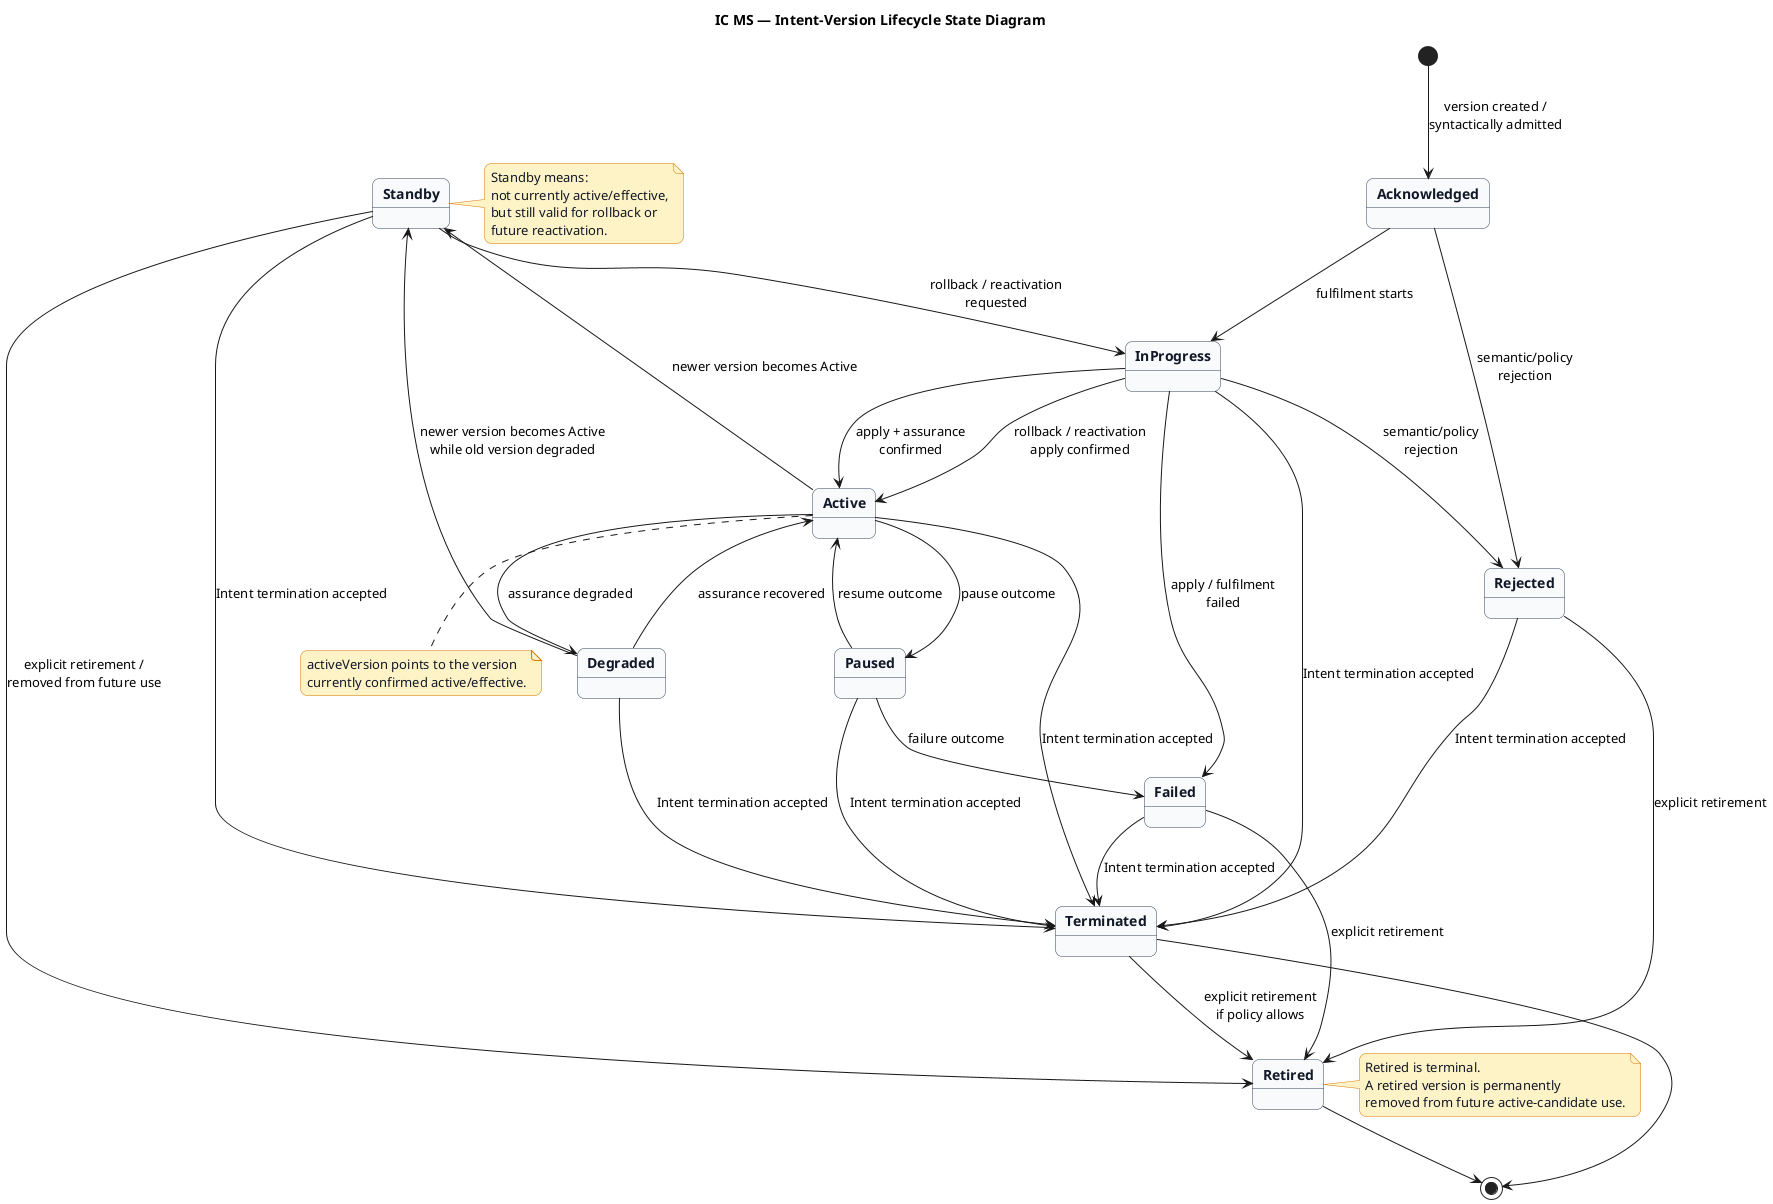
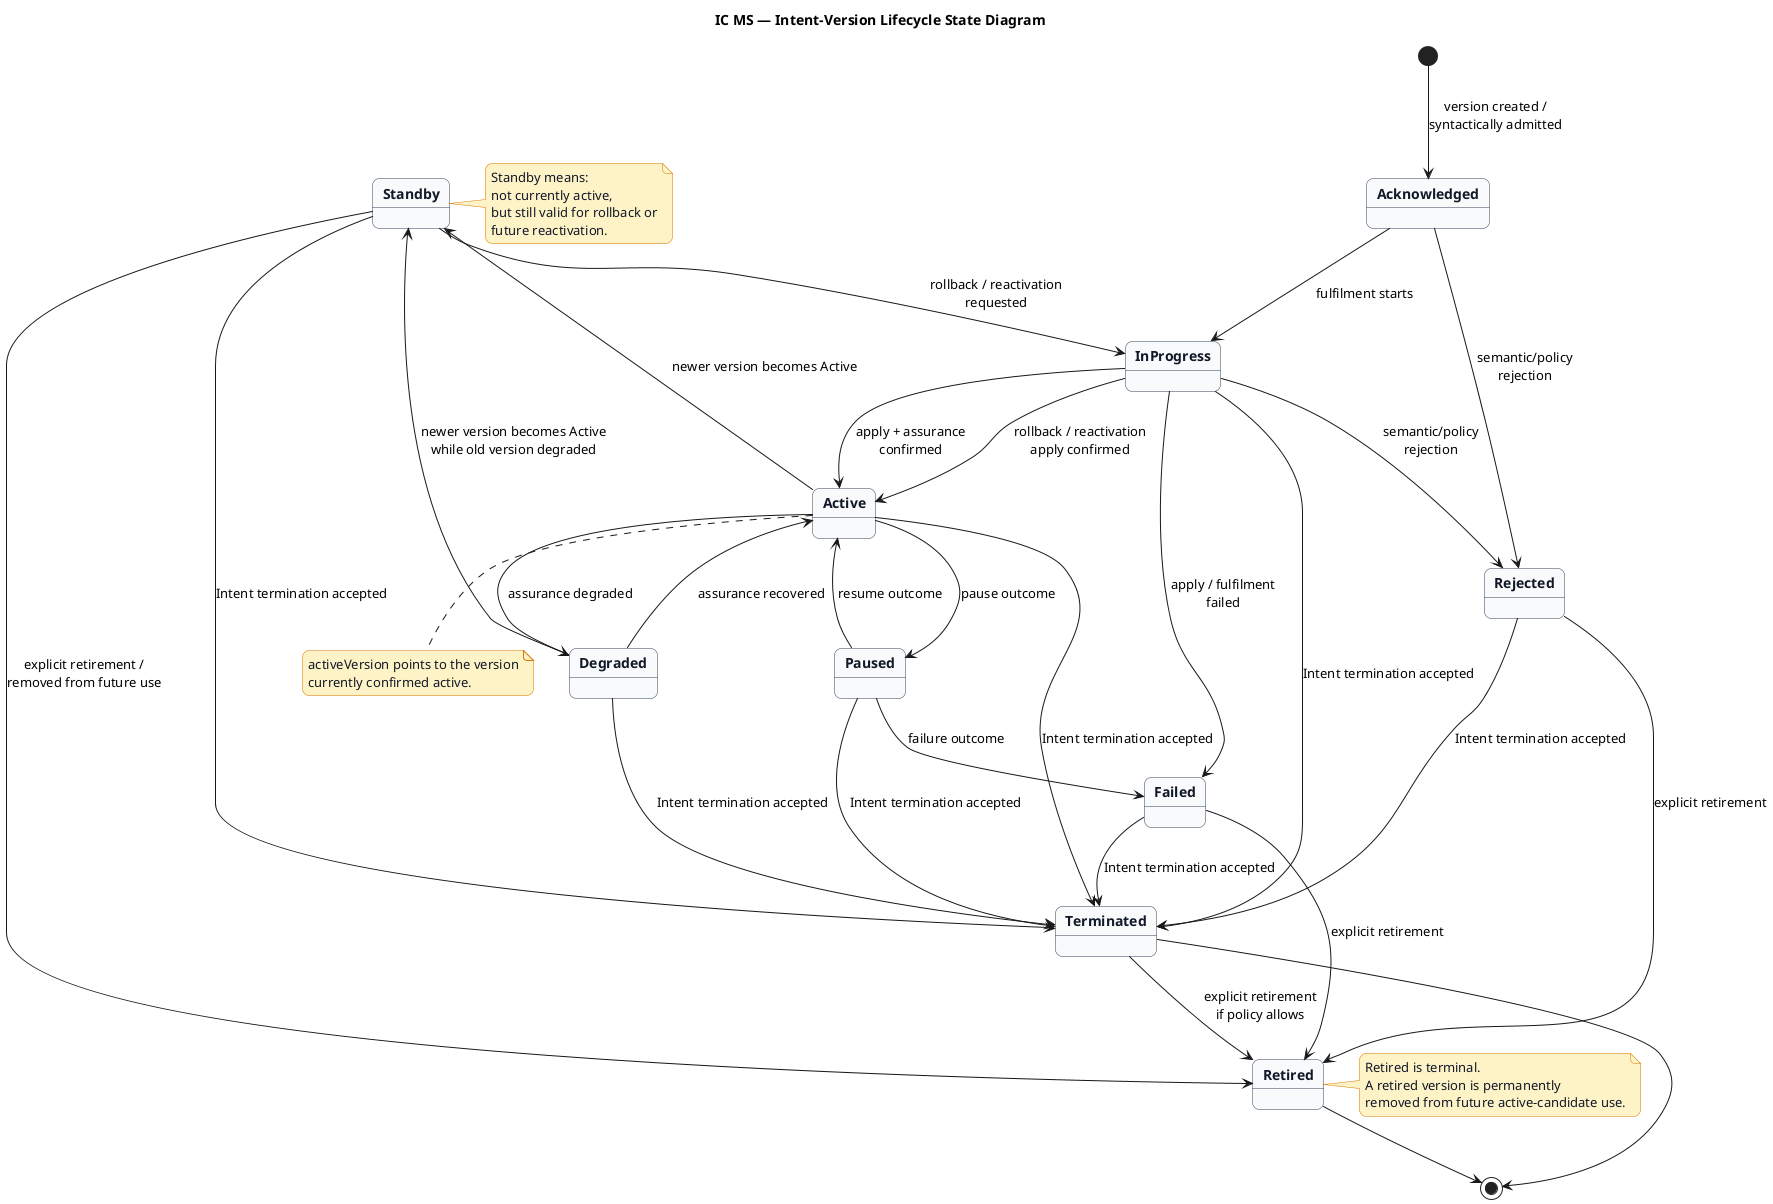
@startuml
title IC MS — Intent-Version Lifecycle State Diagram

skinparam backgroundColor #FFFFFF
skinparam shadowing false
skinparam roundcorner 14
skinparam state {
  BackgroundColor #F8FAFC
  BorderColor #334155
  FontColor #111827
  FontStyle bold
}
skinparam note {
  BackgroundColor #FEF3C7
  BorderColor #D97706
  FontColor #111827
}

[*] --> Acknowledged : version created /\nsyntactically admitted

Acknowledged --> Rejected : semantic/policy\nrejection
Acknowledged --> InProgress : fulfilment starts

InProgress --> Active : apply + assurance\nconfirmed
InProgress --> Failed : apply / fulfilment\nfailed
InProgress --> Rejected : semantic/policy\nrejection

Active --> Degraded : assurance degraded
Degraded --> Active : assurance recovered

Active --> Standby : newer version becomes Active
Degraded --> Standby : newer version becomes Active\nwhile old version degraded

Standby --> InProgress : rollback / reactivation\nrequested
InProgress --> Active : rollback / reactivation\napply confirmed

Standby --> Retired : explicit retirement /\nremoved from future use
Failed --> Retired : explicit retirement
Rejected --> Retired : explicit retirement
Terminated --> Retired : explicit retirement\nif policy allows

Active --> Terminated : Intent termination accepted
Degraded --> Terminated : Intent termination accepted
Standby --> Terminated : Intent termination accepted
InProgress --> Terminated : Intent termination accepted
Paused --> Terminated : Intent termination accepted
Failed --> Terminated : Intent termination accepted
Rejected --> Terminated : Intent termination accepted

Active --> Paused : pause outcome
Paused --> Active : resume outcome
Paused --> Failed : failure outcome

Retired --> [*]
Terminated --> [*]

note right of Standby
  Standby means:
-   not currently active/effective,
+   not currently active,
  but still valid for rollback or
  future reactivation.
end note

note right of Retired
  Retired is terminal.
  A retired version is permanently
  removed from future active-candidate use.
end note

note bottom of Active
  activeVersion points to the version
-   currently confirmed active/effective.
+   currently confirmed active.
end note

@enduml
